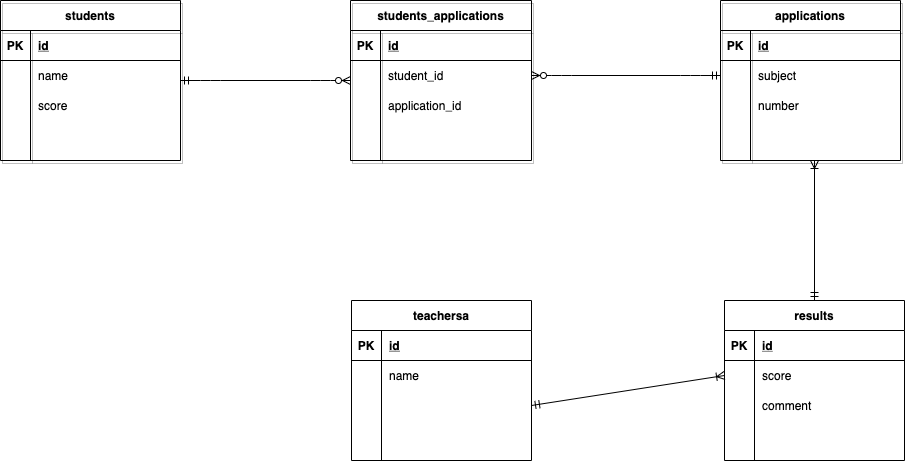
Above: index.drawio.png in tokouyuuki/DB (draw.io), before the change. Source tidied: cells renumbered, new cells last; positions are measured from the earlier drawing's top-left corner, leaving out a move shared by most shapes.
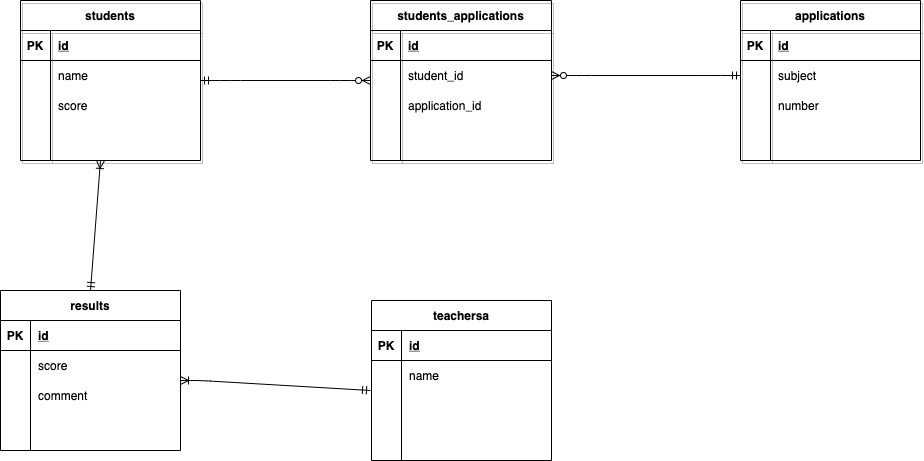
The same diagram one commit later.

The edit, as a diff of the source:
```diff
@@ -168,7 +168,7 @@
       <mxGeometry x="30" width="150" height="30" as="geometry" />
     </mxCell>
     <mxCell id="56" value="results" style="shape=table;startSize=30;rowLines=0;fontStyle=1;align=center;" parent="1" vertex="1">
-      <mxGeometry x="724" y="300" width="180" height="160" as="geometry" />
+      <mxGeometry x="-20" y="290" width="180" height="160" as="geometry" />
     </mxCell>
     <mxCell id="57" style="shape=partialRectangle;fillColor=none;top=0;left=0;bottom=1;right=0;" parent="56" vertex="1">
       <mxGeometry y="30" width="180" height="30" as="geometry" />
@@ -206,12 +206,18 @@
     <mxCell id="68" style="shape=partialRectangle;fillColor=none;top=0;left=0;bottom=0;right=0;align=left;spacingLeft=6;overflow=hidden;" parent="66" vertex="1">
       <mxGeometry x="30" width="150" height="30" as="geometry" />
     </mxCell>
-    <mxCell id="69" style="fontSize=12;html=1;endArrow=ERoneToMany;startArrow=ERmandOne;exitX=1;exitY=0.5;exitDx=0;exitDy=0;entryX=0;entryY=0.5;entryDx=0;entryDy=0;" parent="1" edge="1" source="50" target="60">
-      <mxGeometry relative="1" as="geometry" />
+    <mxCell id="69" style="fontSize=12;html=1;endArrow=ERoneToMany;startArrow=ERmandOne;" parent="1" edge="1">
+      <mxGeometry relative="1" as="geometry">
+        <mxPoint x="350" y="390" as="sourcePoint" />
+        <mxPoint x="160" y="380" as="targetPoint" />
+        <Array as="points">
+          <mxPoint x="180" y="380" />
+        </Array>
+      </mxGeometry>
     </mxCell>
     <mxCell id="70" style="fontSize=12;html=1;endArrow=ERoneToMany;startArrow=ERmandOne;exitX=0.5;exitY=0;exitDx=0;exitDy=0;" parent="1" edge="1" source="56">
       <mxGeometry relative="1" as="geometry">
-        <mxPoint x="814" y="160" as="targetPoint" />
+        <mxPoint x="80" y="160" as="targetPoint" />
       </mxGeometry>
     </mxCell>
   </root>
```
